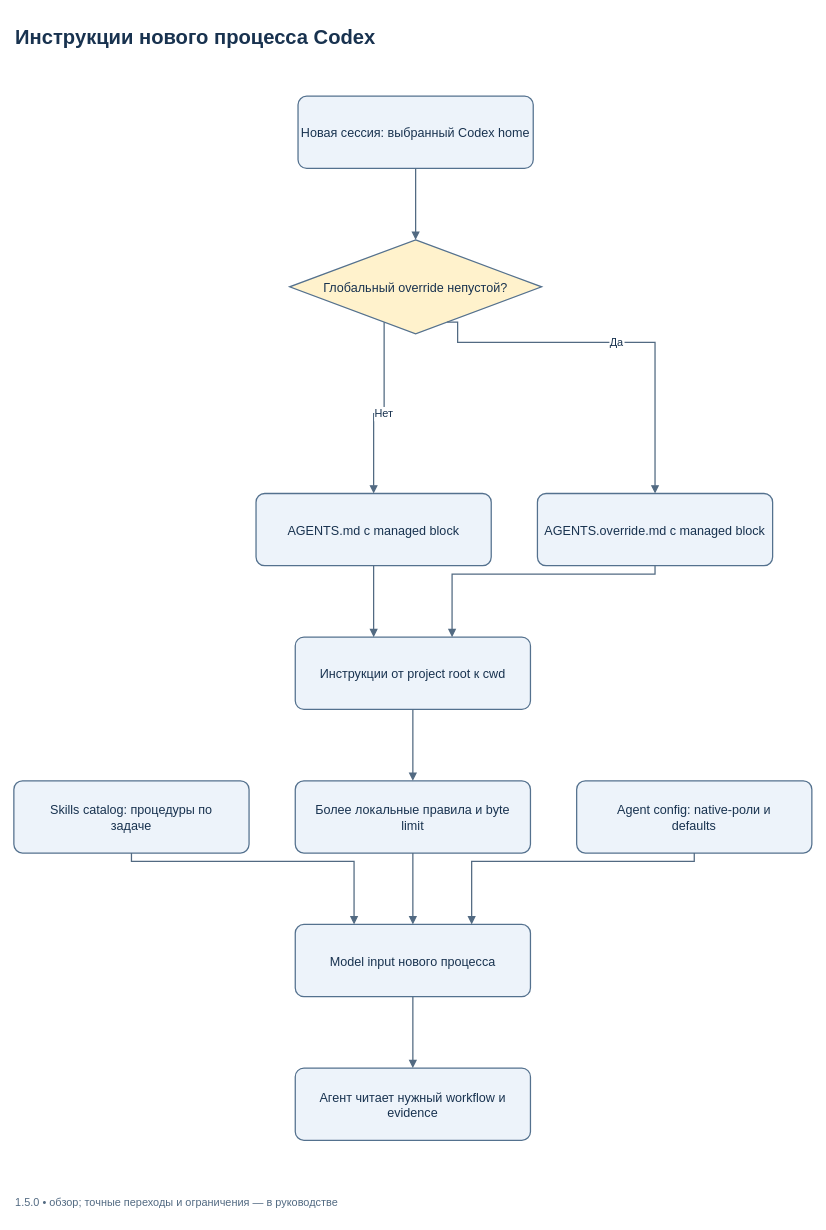
SUKUNA-AI/agent-harness keeps this draw.io diagram as docs/diagrams/instruction-discovery.drawio. Above is the earlier version. Source tidied: cells renumbered, new cells numbered last; positions are measured from the earlier drawing's top-left corner, leaving out a move shared by most shapes. Both pictures are drawn from the tidied source at 84%, with x=0, y=0 at pixel (13, 13).
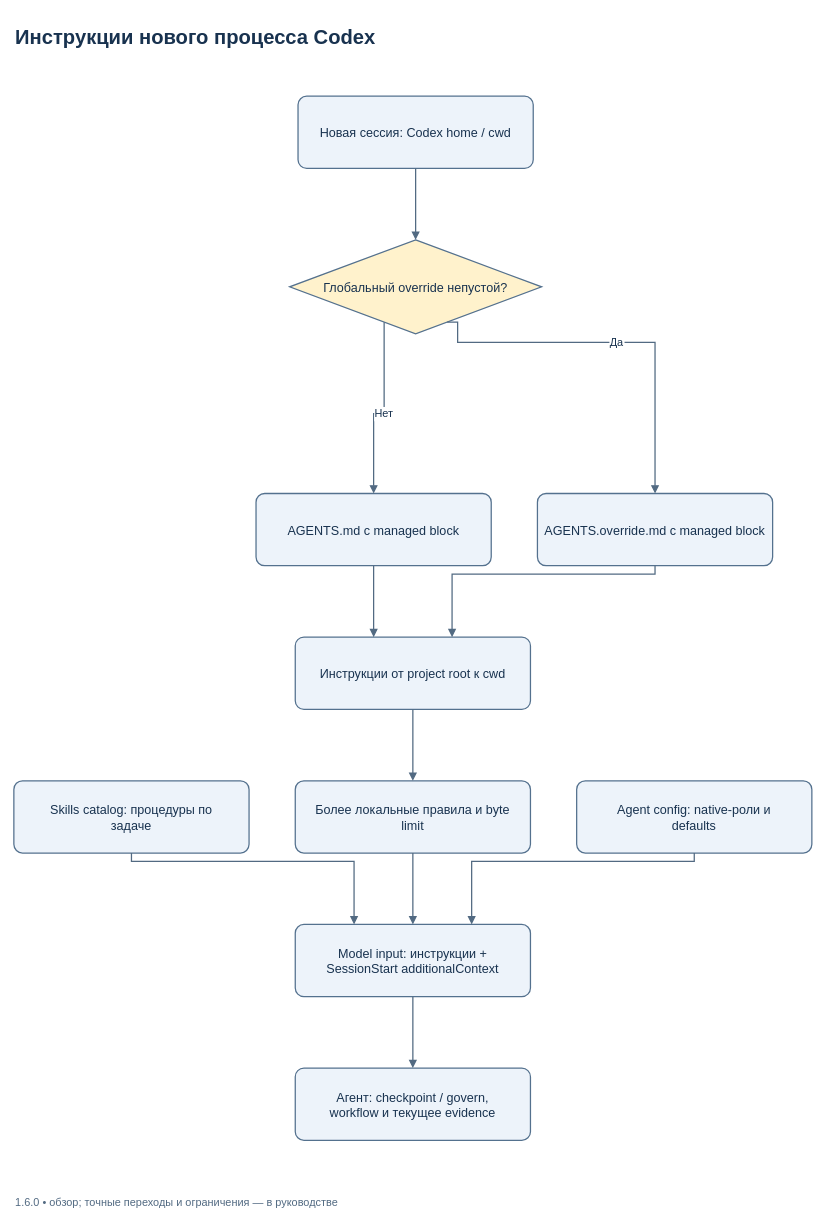
After the change.

The edit, as a diff of the source:
```diff
@@
-    <mxCell id="3" value="Новая сессия: выбранный Codex home" style="rounded=1;arcSize=12;whiteSpace=nowrap;html=0;align=center;verticalAlign=middle;fontFamily=Arial;fontSize=15;spacing=12;strokeWidth=1.5;strokeColor=#54718E;fillColor=#EDF3FA;fontColor=#18324F;" parent="1" vertex="1">
+    <mxCell id="3" value="Новая сессия: Codex home / cwd" style="rounded=1;arcSize=12;whiteSpace=nowrap;html=0;align=center;verticalAlign=middle;fontFamily=Arial;fontSize=15;spacing=12;strokeWidth=1.5;strokeColor=#54718E;fillColor=#EDF3FA;fontColor=#18324F;" parent="1" vertex="1">
       <mxGeometry x="338.3" y="98" width="280" height="86" as="geometry" />
     </mxCell>
@@
-    <mxCell id="10" value="Model input нового процесса" style="rounded=1;arcSize=12;whiteSpace=nowrap;html=0;align=center;verticalAlign=middle;fontFamily=Arial;fontSize=15;spacing=12;strokeWidth=1.5;strokeColor=#54718E;fillColor=#EDF3FA;fontColor=#18324F;" parent="1" vertex="1">
+    <mxCell id="10" value="Model input: инструкции +&#10;SessionStart additionalContext" style="rounded=1;arcSize=12;whiteSpace=nowrap;html=0;align=center;verticalAlign=middle;fontFamily=Arial;fontSize=15;spacing=12;strokeWidth=1.5;strokeColor=#54718E;fillColor=#EDF3FA;fontColor=#18324F;" parent="1" vertex="1">
       <mxGeometry x="335" y="1084" width="280" height="86" as="geometry" />
     </mxCell>
@@
-    <mxCell id="12" value="Агент читает нужный workflow и&#10;evidence" style="rounded=1;arcSize=12;whiteSpace=nowrap;html=0;align=center;verticalAlign=middle;fontFamily=Arial;fontSize=15;spacing=12;strokeWidth=1.5;strokeColor=#54718E;fillColor=#EDF3FA;fontColor=#18324F;" parent="1" vertex="1">
+    <mxCell id="12" value="Агент: checkpoint / govern,&#10;workflow и текущее evidence" style="rounded=1;arcSize=12;whiteSpace=nowrap;html=0;align=center;verticalAlign=middle;fontFamily=Arial;fontSize=15;spacing=12;strokeWidth=1.5;strokeColor=#54718E;fillColor=#EDF3FA;fontColor=#18324F;" parent="1" vertex="1">
       <mxGeometry x="335" y="1255" width="280" height="86" as="geometry" />
     </mxCell>
@@
-    <mxCell id="23" value="1.5.0 • обзор; точные переходы и ограничения — в руководстве" style="text;html=0;align=left;fontFamily=Arial;fontSize=13;fontColor=#526A82;" parent="1" vertex="1">
+    <mxCell id="23" value="1.6.0 • обзор; точные переходы и ограничения — в руководстве" style="text;html=0;align=left;fontFamily=Arial;fontSize=13;fontColor=#526A82;" parent="1" vertex="1">
       <mxGeometry y="1401" width="950" height="30" as="geometry" />
     </mxCell>
```
